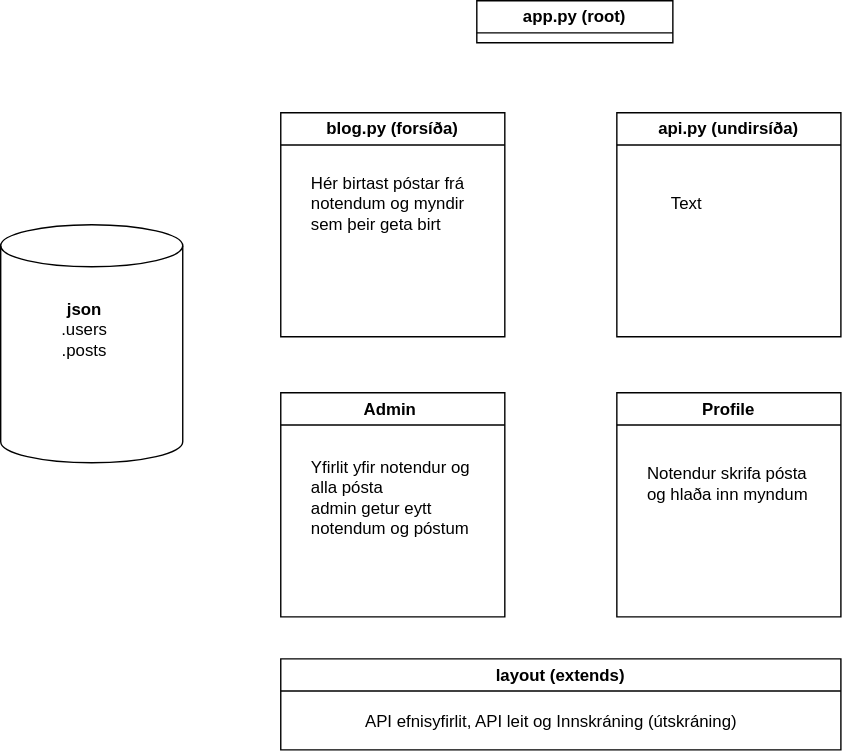
vefthroun/26H_VEF2VF05CU keeps this draw.io diagram as Verkefni4/flaedirit.drawio.svg. Above is the earlier version. Source tidied: cells renumbered, new cells last; positions are measured from the earlier drawing's top-left corner, leaving out a move shared by most shapes.
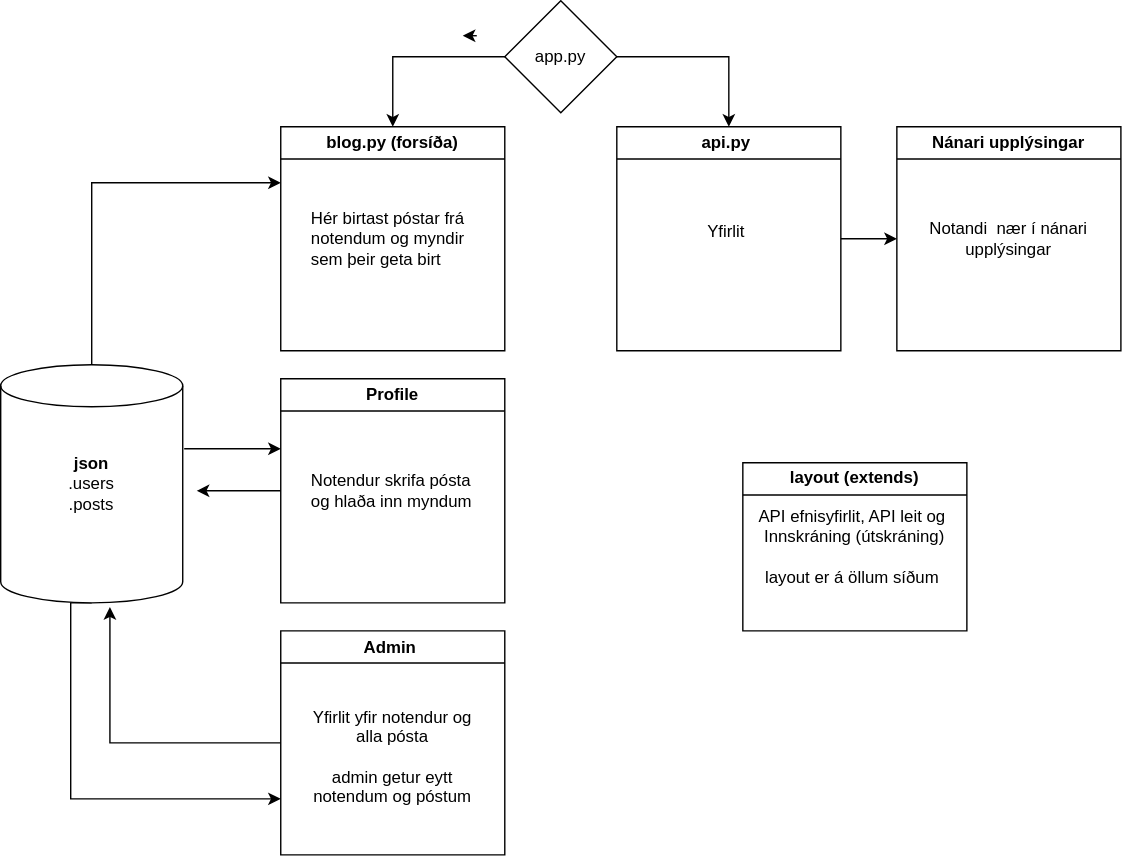
Above is the later version.

The edit, as a diff of the source:
```diff
@@ -2,44 +2,96 @@
   <root>
     <mxCell id="0" />
     <mxCell id="1" parent="0" />
-    <mxCell id="2" value="app.py (root)" style="swimlane;whiteSpace=wrap;html=1;startSize=23;" parent="1" vertex="1" collapsed="1">
-      <mxGeometry x="340" width="140" height="30" as="geometry" />
-    </mxCell>
+    <mxCell id="15" style="edgeStyle=orthogonalEdgeStyle;rounded=0;jettySize=auto;html=1;exitX=0.5;exitY=1;exitDx=0;exitDy=0;entryX=0.5;entryY=0;entryDx=0;entryDy=0;defaultLabelBackgroundColor=page;labelPadding=0 4;" parent="1" edge="1" target="5">
+      <mxGeometry x="-0.25" relative="1" as="geometry">
+        <mxPoint x="330" y="30" as="sourcePoint" />
+      </mxGeometry>
+    </mxCell>
+    <mxCell id="16" style="edgeStyle=orthogonalEdgeStyle;rounded=0;orthogonalLoop=1;jettySize=auto;html=1;exitX=0;exitY=0.5;exitDx=0;exitDy=0;defaultLabelBackgroundColor=page;labelPadding=0 4;" parent="1" edge="1">
+      <mxGeometry relative="1" as="geometry">
+        <mxPoint x="260" y="15" as="sourcePoint" />
+        <mxPoint x="250" y="15" as="targetPoint" />
+      </mxGeometry>
+    </mxCell>
     <mxCell id="3" value="blog.py (forsíða)" style="swimlane;whiteSpace=wrap;html=1;" parent="1" vertex="1">
-      <mxGeometry x="200" y="80" width="160" height="160" as="geometry" />
+      <mxGeometry x="120" y="80" width="160" height="160" as="geometry" />
     </mxCell>
     <mxCell id="4" value="Hér birtast póstar frá notendum og myndir sem þeir geta birt" style="text;html=1;whiteSpace=wrap;strokeColor=none;fillColor=none;align=left;verticalAlign=middle;rounded=0;" parent="3" vertex="1">
-      <mxGeometry x="20" y="50" width="120" height="30" as="geometry" />
+      <mxGeometry x="20" y="65" width="120" height="30" as="geometry" />
     </mxCell>
+    <mxCell id="17" style="edgeStyle=orthogonalEdgeStyle;rounded=0;jettySize=auto;html=1;entryX=0;entryY=0.5;entryDx=0;entryDy=0;defaultLabelBackgroundColor=page;labelPadding=0 4;" parent="1" edge="1" source="5" target="24">
+      <mxGeometry relative="1" as="geometry" />
+    </mxCell>
-    <mxCell id="5" value="api.py (undirsíða)" style="swimlane;whiteSpace=wrap;html=1;" parent="1" vertex="1">
-      <mxGeometry x="440" y="80" width="160" height="160" as="geometry" />
+    <mxCell id="5" value="api.py&amp;nbsp;" style="swimlane;whiteSpace=wrap;html=1;" parent="1" vertex="1">
+      <mxGeometry x="360" y="80" width="160" height="160" as="geometry" />
     </mxCell>
+    <mxCell id="14" value="Yfirlit&amp;nbsp;" style="text;html=1;whiteSpace=wrap;strokeColor=none;fillColor=none;align=center;verticalAlign=middle;rounded=0;" parent="5" vertex="1">
+      <mxGeometry x="50" y="60" width="60" height="30" as="geometry" />
+    </mxCell>
     <mxCell id="6" value="layout (extends)" style="swimlane;whiteSpace=wrap;html=1;" parent="1" vertex="1">
-      <mxGeometry x="200" y="470" width="400" height="65" as="geometry" />
+      <mxGeometry x="450" y="320" width="160" height="120" as="geometry" />
     </mxCell>
-    <mxCell id="7" value="API efnisyfirlit, API leit og Innskráning (útskráning)&amp;nbsp;" style="text;html=1;whiteSpace=wrap;strokeColor=none;fillColor=none;align=center;verticalAlign=middle;rounded=0;" parent="1" vertex="1">
-      <mxGeometry x="220" y="500" width="350" height="30" as="geometry" />
+    <mxCell id="7" value="API efnisyfirlit, API leit og&amp;nbsp;&lt;div&gt;Innskráning (útskráning)&lt;/div&gt;&lt;div&gt;&lt;br&gt;&lt;/div&gt;&lt;div&gt;layout er á öllum síðum&amp;nbsp;&lt;/div&gt;" style="text;html=1;whiteSpace=wrap;strokeColor=none;fillColor=none;align=center;verticalAlign=middle;rounded=0;" parent="6" vertex="1">
+      <mxGeometry x="5" y="45" width="150" height="30" as="geometry" />
     </mxCell>
     <mxCell id="8" value="Admin&amp;nbsp;" style="swimlane;whiteSpace=wrap;html=1;" parent="1" vertex="1">
-      <mxGeometry x="200" y="280" width="160" height="160" as="geometry" />
+      <mxGeometry x="120" y="440" width="160" height="160" as="geometry" />
     </mxCell>
-    <mxCell id="9" value="Yfirlit yfir notendur og alla pósta&lt;div&gt;admin getur eytt notendum og póstum&lt;/div&gt;" style="text;html=1;whiteSpace=wrap;strokeColor=none;fillColor=none;align=left;verticalAlign=middle;rounded=0;" parent="8" vertex="1">
-      <mxGeometry x="20" y="60" width="120" height="30" as="geometry" />
+    <mxCell id="9" value="Yfirlit yfir notendur og alla pósta&lt;div&gt;&lt;br&gt;&lt;div&gt;admin getur eytt notendum og póstum&lt;/div&gt;&lt;/div&gt;" style="text;html=1;whiteSpace=wrap;strokeColor=none;fillColor=none;align=center;verticalAlign=middle;rounded=0;" parent="8" vertex="1">
+      <mxGeometry x="20" y="75" width="120" height="30" as="geometry" />
     </mxCell>
     <mxCell id="10" value="Profile" style="swimlane;whiteSpace=wrap;html=1;" parent="1" vertex="1">
-      <mxGeometry x="440" y="280" width="160" height="160" as="geometry" />
+      <mxGeometry x="120" y="260" width="160" height="160" as="geometry" />
     </mxCell>
     <mxCell id="11" value="Notendur skrifa pósta og hlaða inn myndum" style="text;html=1;whiteSpace=wrap;strokeColor=none;fillColor=none;align=left;verticalAlign=middle;rounded=0;" parent="10" vertex="1">
-      <mxGeometry x="20" y="50" width="120" height="30" as="geometry" />
+      <mxGeometry x="20" y="65" width="120" height="30" as="geometry" />
     </mxCell>
+    <mxCell id="18" style="edgeStyle=orthogonalEdgeStyle;rounded=0;jettySize=auto;html=1;exitX=0.5;exitY=0;exitDx=0;exitDy=0;exitPerimeter=0;entryX=0;entryY=0.25;entryDx=0;entryDy=0;defaultLabelBackgroundColor=page;labelPadding=0 4;" parent="1" edge="1" source="12" target="3">
+      <mxGeometry relative="1" as="geometry" />
+    </mxCell>
+    <mxCell id="19" style="edgeStyle=orthogonalEdgeStyle;rounded=0;jettySize=auto;html=1;defaultLabelBackgroundColor=page;labelPadding=0 4;exitX=1.008;exitY=0.353;exitDx=0;exitDy=0;exitPerimeter=0;" parent="1" edge="1" source="12">
+      <mxGeometry x="0.02" relative="1" as="geometry">
+        <mxPoint x="120" y="310" as="targetPoint" />
+      </mxGeometry>
+    </mxCell>
+    <mxCell id="20" style="edgeStyle=orthogonalEdgeStyle;rounded=0;jettySize=auto;html=1;exitX=0.5;exitY=1;exitDx=0;exitDy=0;exitPerimeter=0;defaultLabelBackgroundColor=page;labelPadding=0 4;entryX=0;entryY=0.75;entryDx=0;entryDy=0;" parent="1" edge="1" source="12" target="8">
+      <mxGeometry x="0.4" relative="1" as="geometry">
+        <Array as="points">
+          <mxPoint x="-30" y="420" />
+          <mxPoint x="-30" y="560" />
+        </Array>
+      </mxGeometry>
+    </mxCell>
     <mxCell id="12" style="shape=cylinder3;whiteSpace=wrap;html=1;boundedLbl=1;backgroundOutline=1;size=15;" parent="1" vertex="1">
-      <mxGeometry y="160" width="130" height="170" as="geometry" />
+      <mxGeometry x="-80" y="250" width="130" height="170" as="geometry" />
     </mxCell>
     <mxCell id="13" value="&lt;b&gt;json&lt;/b&gt;&lt;div&gt;.users&lt;/div&gt;&lt;div&gt;.posts&lt;/div&gt;" style="text;html=1;whiteSpace=wrap;strokeColor=none;fillColor=none;align=center;verticalAlign=middle;rounded=0;" parent="1" vertex="1">
-      <mxGeometry x="30" y="220" width="60" height="30" as="geometry" />
+      <mxGeometry x="-45" y="320" width="60" height="30" as="geometry" />
     </mxCell>
-    <mxCell id="14" value="Text" style="text;html=1;whiteSpace=wrap;strokeColor=none;fillColor=none;align=center;verticalAlign=middle;rounded=0;" parent="1" vertex="1">
-      <mxGeometry x="460" y="130" width="60" height="30" as="geometry" />
-    </mxCell>
+    <mxCell id="21" style="edgeStyle=orthogonalEdgeStyle;rounded=0;jettySize=auto;html=1;exitX=0.25;exitY=1;exitDx=0;exitDy=0;entryX=0.5;entryY=0;entryDx=0;entryDy=0;defaultLabelBackgroundColor=page;labelPadding=0 4;" parent="1" edge="1" target="3">
+      <mxGeometry x="-0.14" relative="1" as="geometry">
+        <mxPoint x="295" y="30" as="sourcePoint" />
+      </mxGeometry>
+    </mxCell>
+    <mxCell id="22" style="edgeStyle=orthogonalEdgeStyle;rounded=0;jettySize=auto;html=1;exitX=0;exitY=0.5;exitDx=0;exitDy=0;defaultLabelBackgroundColor=page;labelPadding=0 4;" parent="1" edge="1" source="10">
+      <mxGeometry relative="1" as="geometry">
+        <mxPoint x="60" y="340" as="targetPoint" />
+      </mxGeometry>
+    </mxCell>
+    <mxCell id="23" style="edgeStyle=orthogonalEdgeStyle;rounded=0;jettySize=auto;html=1;exitX=0;exitY=0.5;exitDx=0;exitDy=0;entryX=0.6;entryY=1.018;entryDx=0;entryDy=0;entryPerimeter=0;defaultLabelBackgroundColor=page;labelPadding=0 4;" parent="1" edge="1" source="8" target="12">
+      <mxGeometry relative="1" as="geometry" />
+    </mxCell>
+    <mxCell id="24" value="Nánari upplýsingar" style="swimlane;whiteSpace=wrap;html=1;" parent="1" vertex="1">
+      <mxGeometry x="560" y="80" width="160" height="160" as="geometry" />
+    </mxCell>
+    <mxCell id="25" value="Notandi&amp;nbsp; nær í nánari upplýsingar" style="text;html=1;whiteSpace=wrap;strokeColor=none;fillColor=none;align=center;verticalAlign=middle;rounded=0;" parent="24" vertex="1">
+      <mxGeometry x="20" y="65" width="120" height="30" as="geometry" />
+    </mxCell>
+    <mxCell id="26" style="rhombus;whiteSpace=wrap;html=1;shapeInside=1;" parent="1" vertex="1">
+      <mxGeometry x="280" y="-10" width="80" height="80" as="geometry" />
+    </mxCell>
+    <mxCell id="27" value="app.py" style="text;html=1;whiteSpace=wrap;strokeColor=none;fillColor=none;align=center;verticalAlign=middle;rounded=0;" parent="1" vertex="1">
+      <mxGeometry x="290" y="15" width="60" height="30" as="geometry" />
+    </mxCell>
   </root>
 </mxGraphModel>
```
